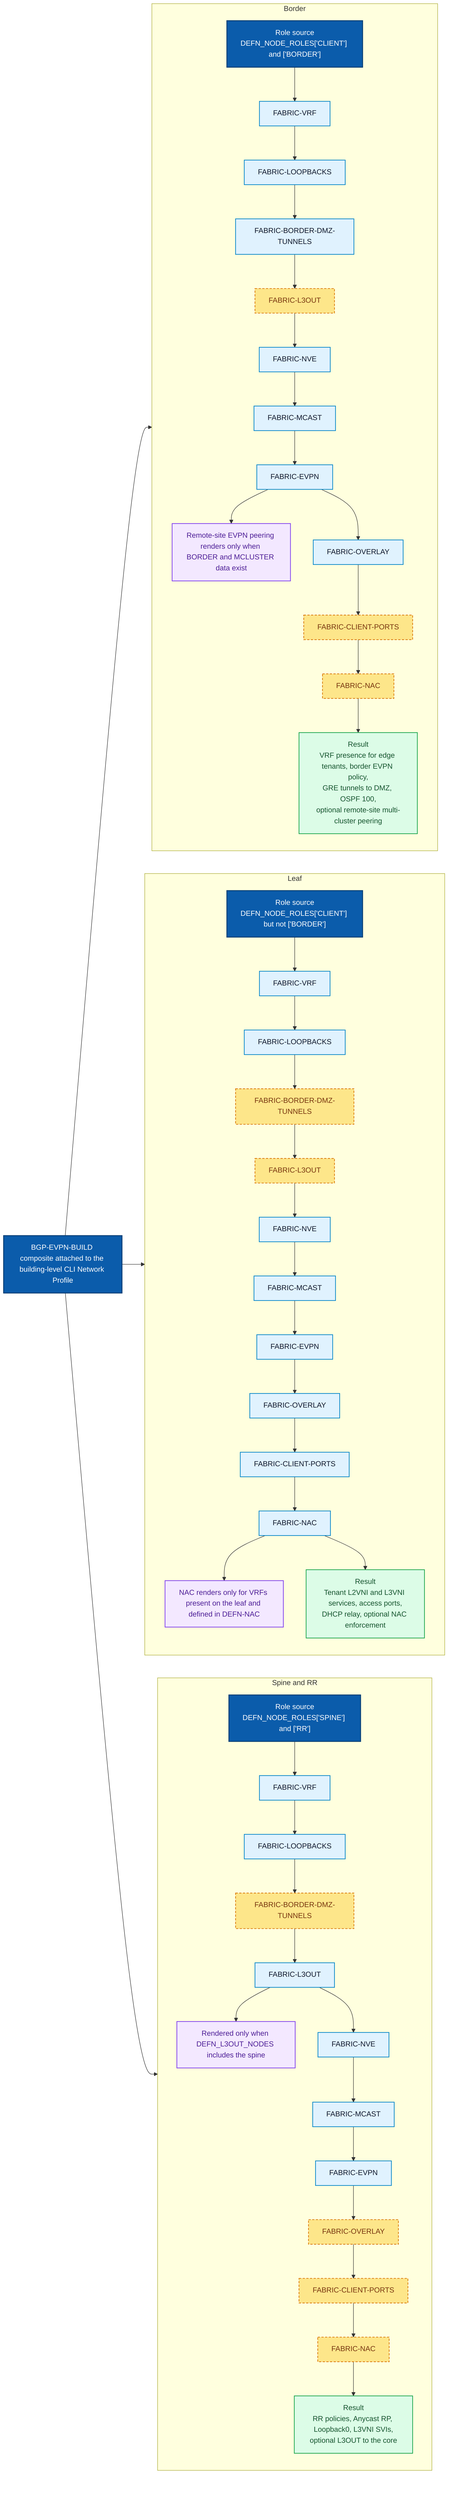
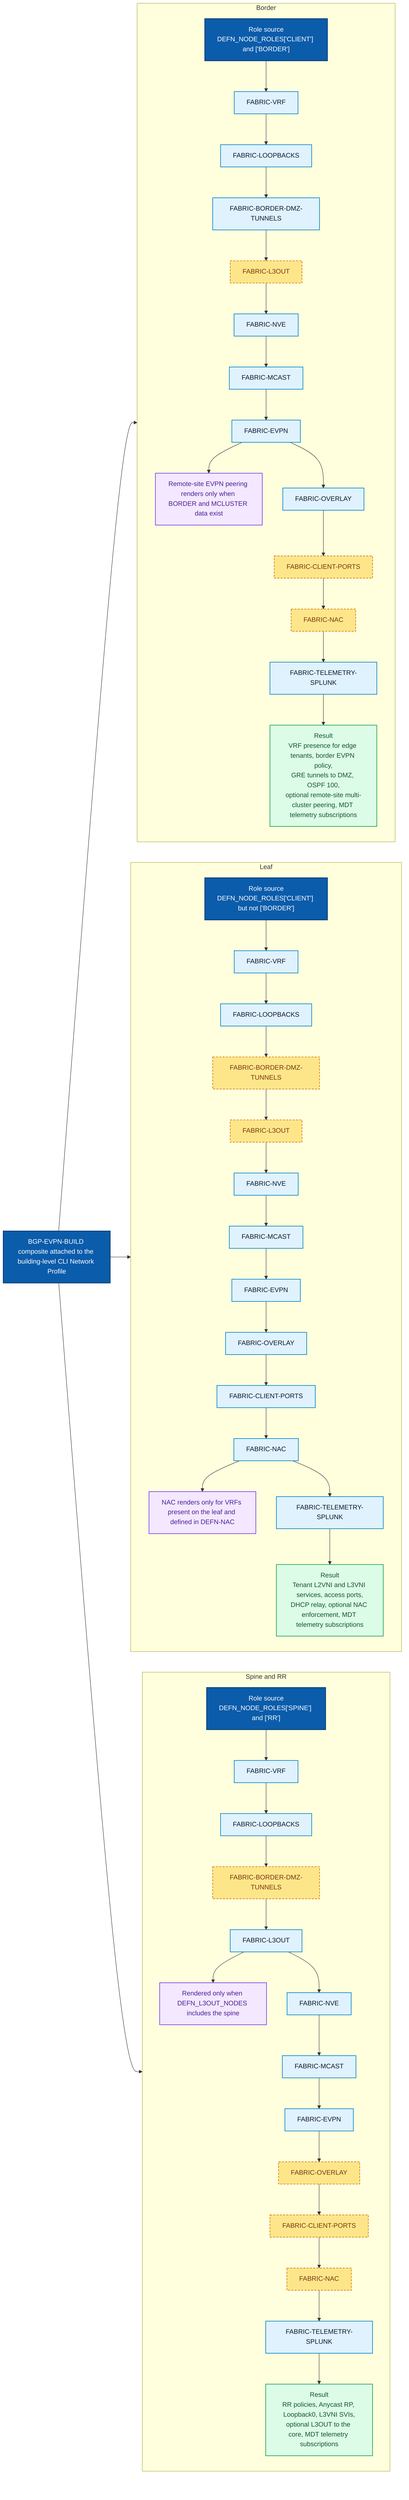
flowchart LR
  classDef role fill:#0B5CAB,color:#FFFFFF,stroke:#083E75,stroke-width:2px;
  classDef fabric fill:#E0F2FE,color:#0F172A,stroke:#0284C7,stroke-width:1.5px;
  classDef rendered fill:#DCFCE7,color:#14532D,stroke:#16A34A,stroke-width:1.5px;
  classDef skipped fill:#FDE68A,color:#78350F,stroke:#D97706,stroke-width:1.5px,stroke-dasharray: 5 3;
  classDef optional fill:#F3E8FF,color:#4C1D95,stroke:#7C3AED,stroke-width:1.5px;

  top["BGP-EVPN-BUILD composite attached to the building-level CLI Network Profile"]:::role

  subgraph spineRole["Spine and RR"]
    direction TB
    spine["Role source\nDEFN_NODE_ROLES['SPINE'] and ['RR']"]:::role
    spine1["FABRIC-VRF"]:::fabric
    spine2["FABRIC-LOOPBACKS"]:::fabric
    spine2a["FABRIC-BORDER-DMZ-TUNNELS"]:::skipped
    spine3["FABRIC-L3OUT"]:::fabric
    spine4["FABRIC-NVE"]:::fabric
    spine5["FABRIC-MCAST"]:::fabric
    spine6["FABRIC-EVPN"]:::fabric
    spine7["FABRIC-OVERLAY"]:::skipped
    spine8["FABRIC-CLIENT-PORTS"]:::skipped
    spine9["FABRIC-NAC"]:::skipped
-     spineOut["Result\nRR policies, Anycast RP, Loopback0, L3VNI SVIs,\noptional L3OUT to the core"]:::rendered
+     spine10["FABRIC-TELEMETRY-SPLUNK"]:::fabric
+     spineOut["Result\nRR policies, Anycast RP, Loopback0, L3VNI SVIs,\noptional L3OUT to the core, MDT telemetry subscriptions"]:::rendered
    spine3 --> spineOpt["Rendered only when DEFN_L3OUT_NODES includes the spine"]:::optional
  end

  subgraph leafRole["Leaf"]
    direction TB
    leaf["Role source\nDEFN_NODE_ROLES['CLIENT'] but not ['BORDER']"]:::role
    leaf1["FABRIC-VRF"]:::fabric
    leaf2["FABRIC-LOOPBACKS"]:::fabric
    leaf2a["FABRIC-BORDER-DMZ-TUNNELS"]:::skipped
    leaf3["FABRIC-L3OUT"]:::skipped
    leaf4["FABRIC-NVE"]:::fabric
    leaf5["FABRIC-MCAST"]:::fabric
    leaf6["FABRIC-EVPN"]:::fabric
    leaf7["FABRIC-OVERLAY"]:::fabric
    leaf8["FABRIC-CLIENT-PORTS"]:::fabric
    leaf9["FABRIC-NAC"]:::fabric
-     leafOut["Result\nTenant L2VNI and L3VNI services, access ports,\nDHCP relay, optional NAC enforcement"]:::rendered
+     leaf10["FABRIC-TELEMETRY-SPLUNK"]:::fabric
+     leafOut["Result\nTenant L2VNI and L3VNI services, access ports,\nDHCP relay, optional NAC enforcement, MDT telemetry subscriptions"]:::rendered
    leaf9 --> leafOpt["NAC renders only for VRFs present on the leaf and defined in DEFN-NAC"]:::optional
  end

  subgraph borderRole["Border"]
    direction TB
    border["Role source\nDEFN_NODE_ROLES['CLIENT'] and ['BORDER']"]:::role
    border1["FABRIC-VRF"]:::fabric
    border2["FABRIC-LOOPBACKS"]:::fabric
    border2a["FABRIC-BORDER-DMZ-TUNNELS"]:::fabric
    border3["FABRIC-L3OUT"]:::skipped
    border4["FABRIC-NVE"]:::fabric
    border5["FABRIC-MCAST"]:::fabric
    border6["FABRIC-EVPN"]:::fabric
    border7["FABRIC-OVERLAY"]:::fabric
    border8["FABRIC-CLIENT-PORTS"]:::skipped
    border9["FABRIC-NAC"]:::skipped
-     borderOut["Result\nVRF presence for edge tenants, border EVPN policy,\nGRE tunnels to DMZ, OSPF 100,\noptional remote-site multi-cluster peering"]:::rendered
+     border10["FABRIC-TELEMETRY-SPLUNK"]:::fabric
+     borderOut["Result\nVRF presence for edge tenants, border EVPN policy,\nGRE tunnels to DMZ, OSPF 100,\noptional remote-site multi-cluster peering, MDT telemetry subscriptions"]:::rendered
    border6 --> borderOpt["Remote-site EVPN peering renders only when BORDER and MCLUSTER data exist"]:::optional
  end

  top --> spine
  top --> leaf
  top --> border

-   spine --> spine1 --> spine2 --> spine2a --> spine3 --> spine4 --> spine5 --> spine6 --> spine7 --> spine8 --> spine9 --> spineOut
-   leaf --> leaf1 --> leaf2 --> leaf2a --> leaf3 --> leaf4 --> leaf5 --> leaf6 --> leaf7 --> leaf8 --> leaf9 --> leafOut
-   border --> border1 --> border2 --> border2a --> border3 --> border4 --> border5 --> border6 --> border7 --> border8 --> border9 --> borderOut+   spine --> spine1 --> spine2 --> spine2a --> spine3 --> spine4 --> spine5 --> spine6 --> spine7 --> spine8 --> spine9 --> spine10 --> spineOut
+   leaf --> leaf1 --> leaf2 --> leaf2a --> leaf3 --> leaf4 --> leaf5 --> leaf6 --> leaf7 --> leaf8 --> leaf9 --> leaf10 --> leafOut
+   border --> border1 --> border2 --> border2a --> border3 --> border4 --> border5 --> border6 --> border7 --> border8 --> border9 --> border10 --> borderOut